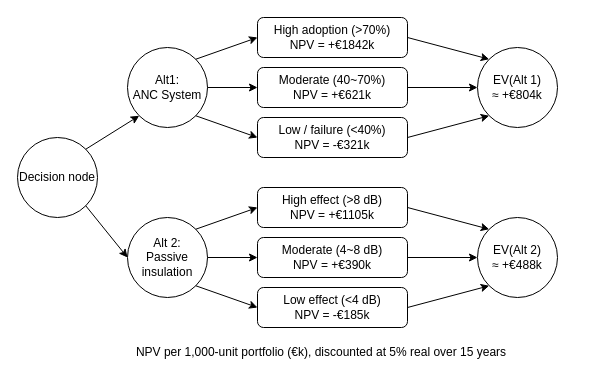
ShiyunKong/draw.io-storage keeps this draw.io diagram as Decision tree – active noise cancelling system, Daikin heat pump, Eindhoven.drawio. Above is the earlier version. Source tidied: cells renumbered, new cells numbered last; positions are measured from the earlier drawing's top-left corner, leaving out a move shared by most shapes. Both pictures are drawn from the tidied source at 100%, with x=0, y=0 at pixel (17, 17).
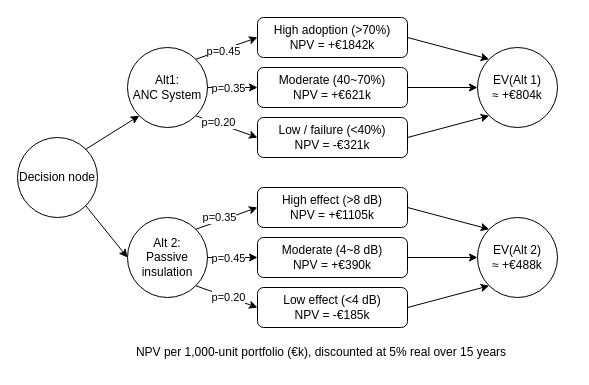
The same page after the edit.

The change refers to these unchanged cells:
```xml
<mxCell id="8" style="endArrow=classic;html=1;rounded=0;exitX=1;exitY=0;exitDx=0;exitDy=0;entryX=0;entryY=0.5;entryDx=0;entryDy=0;" parent="1" edge="1" source="3" target="5">
  <mxGeometry relative="1" as="geometry" />
</mxCell>
<mxCell id="9" style="endArrow=classic;html=1;rounded=0;exitX=1;exitY=0.5;exitDx=0;exitDy=0;entryX=0;entryY=0.5;entryDx=0;entryDy=0;" parent="1" edge="1" source="3" target="7">
  <mxGeometry relative="1" as="geometry" />
</mxCell>
<mxCell id="10" style="endArrow=classic;html=1;rounded=0;exitX=1;exitY=1;exitDx=0;exitDy=0;entryX=0;entryY=0.5;entryDx=0;entryDy=0;" parent="1" edge="1" source="3" target="6">
  <mxGeometry relative="1" as="geometry" />
</mxCell>
<mxCell id="14" style="endArrow=classic;html=1;rounded=0;exitX=1;exitY=0;exitDx=0;exitDy=0;entryX=0;entryY=0.5;entryDx=0;entryDy=0;" parent="1" edge="1" source="4" target="11">
  <mxGeometry relative="1" as="geometry" />
</mxCell>
<mxCell id="15" style="endArrow=classic;html=1;rounded=0;exitX=1;exitY=0.5;exitDx=0;exitDy=0;entryX=0;entryY=0.5;entryDx=0;entryDy=0;" parent="1" edge="1" source="4" target="13">
  <mxGeometry relative="1" as="geometry" />
</mxCell>
<mxCell id="16" style="endArrow=classic;html=1;rounded=0;exitX=1;exitY=1;exitDx=0;exitDy=0;entryX=0;entryY=0.5;entryDx=0;entryDy=0;" parent="1" edge="1" source="4" target="12">
  <mxGeometry relative="1" as="geometry" />
</mxCell>
```

Diff of the diagram source:
```diff
@@
+    <mxCell id="28" value="p=0.45" style="edgeLabel;html=1;align=center;verticalAlign=middle;" parent="8" vertex="1">
+      <mxGeometry x="-0.11" y="-1" relative="1" as="geometry" />
+    </mxCell>
@@
+    <mxCell id="29" value="p=0.35" style="edgeLabel;html=1;align=center;verticalAlign=middle;" parent="9" vertex="1">
+      <mxGeometry x="-0.08" y="-2" relative="1" as="geometry">
+        <mxPoint x="-3" y="-2" as="offset" />
+      </mxGeometry>
+    </mxCell>
@@
+    <mxCell id="30" value="p=0.20" style="edgeLabel;html=1;align=center;verticalAlign=middle;" parent="10" vertex="1">
+      <mxGeometry x="-0.29" y="2" relative="1" as="geometry" />
+    </mxCell>
@@
+    <mxCell id="31" value="p=0.35" style="edgeLabel;html=1;align=center;verticalAlign=middle;" parent="14" vertex="1">
+      <mxGeometry x="-0.37" y="2" relative="1" as="geometry">
+        <mxPoint x="4" y="-3" as="offset" />
+      </mxGeometry>
+    </mxCell>
@@
+    <mxCell id="32" value="p=0.45" style="edgeLabel;html=1;align=center;verticalAlign=middle;" parent="15" vertex="1">
+      <mxGeometry x="-0.48" relative="1" as="geometry">
+        <mxPoint x="7" as="offset" />
+      </mxGeometry>
+    </mxCell>
@@
+    <mxCell id="33" value="p=0.20" style="edgeLabel;html=1;align=center;verticalAlign=middle;" parent="16" vertex="1">
+      <mxGeometry x="-0.34" relative="1" as="geometry">
+        <mxPoint x="11" y="4" as="offset" />
+      </mxGeometry>
+    </mxCell>
```
